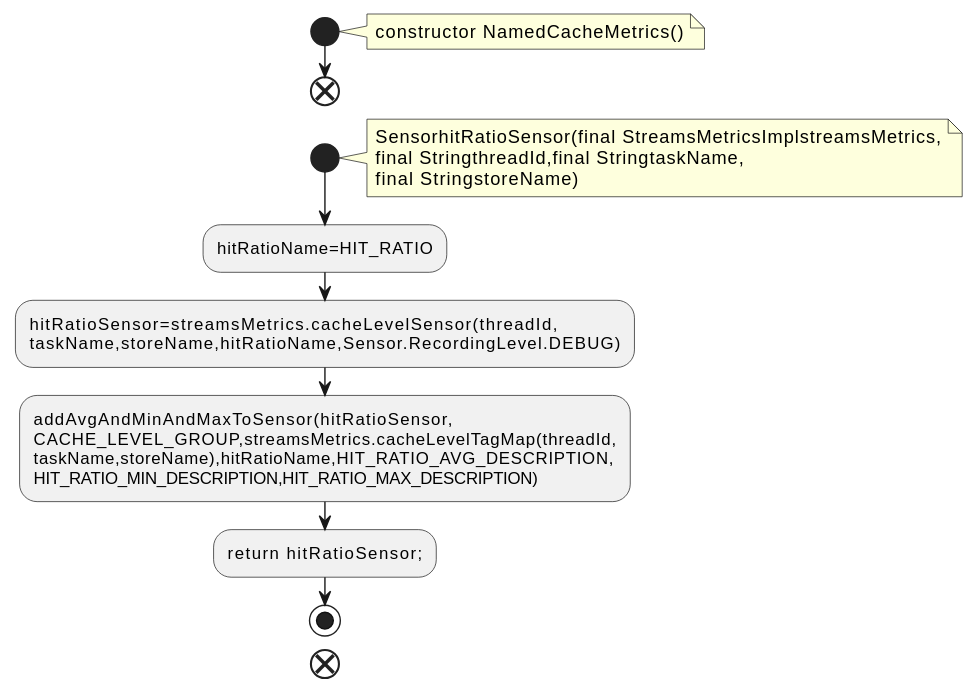
Before: docs/qc/streams/src/main/java/org/apache/kafka/streams/state/internals/metrics/NamedCacheMetrics.java.fct.svg, a diagram exported from PlantUML (qualitesys/kafka).
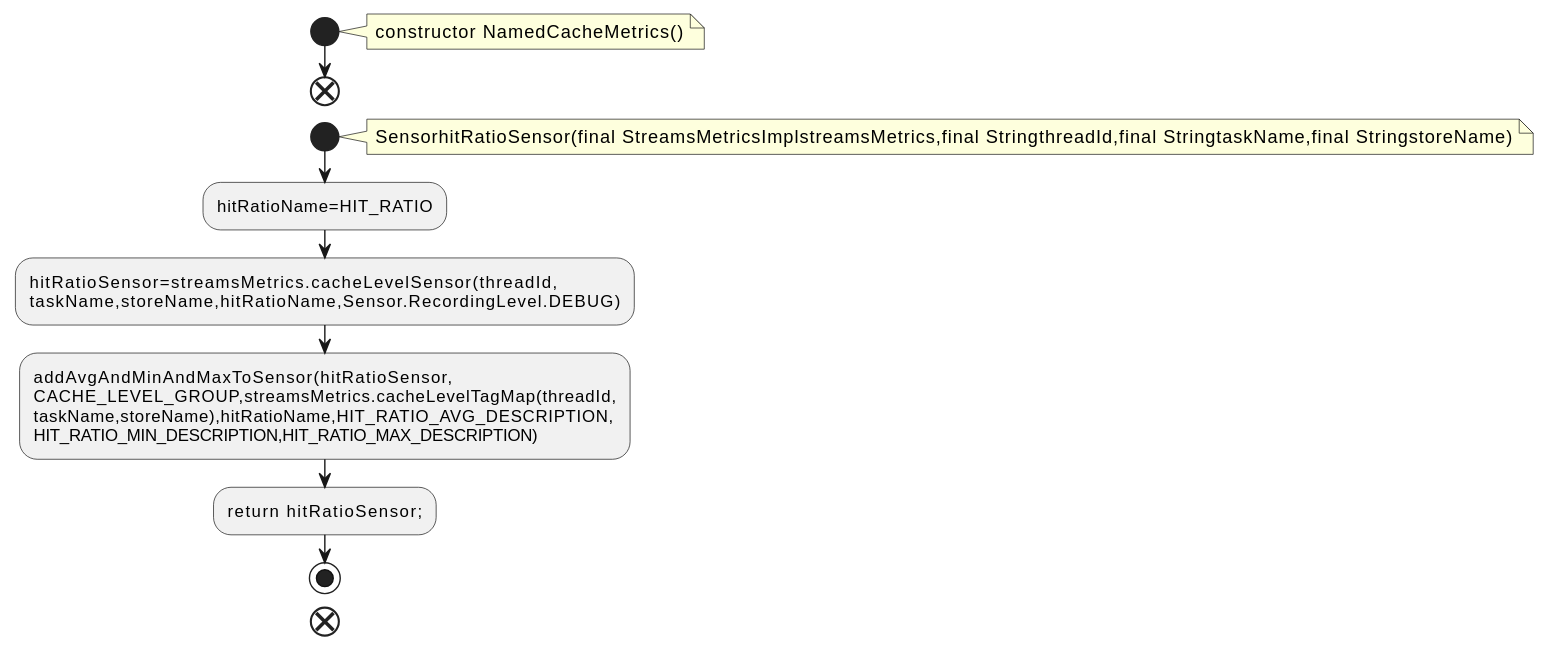
After the commit.

Change to the diagram source:
```diff
@@ -7,9 +7,7 @@
 end
 start
 note right
-SensorhitRatioSensor(final StreamsMetricsImplstreamsMetrics,
-final StringthreadId,final StringtaskName,
-final StringstoreName)
+SensorhitRatioSensor(final StreamsMetricsImplstreamsMetrics,final StringthreadId,final StringtaskName,final StringstoreName)
 end note
 :hitRatioName=HIT_RATIO;
 :hitRatioSensor=streamsMetrics.cacheLevelSensor(threadId,
```
